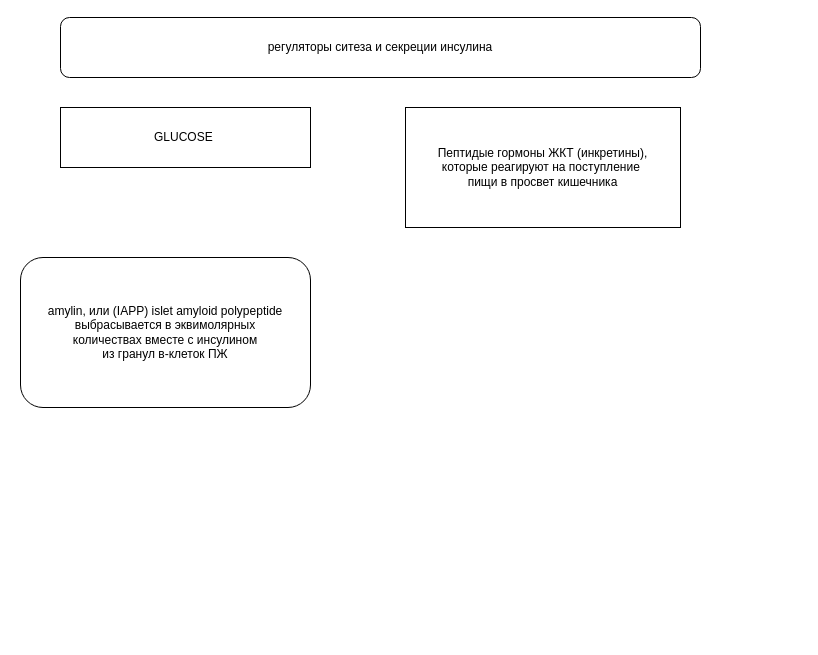
lissa3/menubar keeps this draw.io diagram as incretins.drawio. Above is the earlier version. Source tidied: cells renumbered, new cells numbered last; positions are measured from the earlier drawing's top-left corner, leaving out a move shared by most shapes. Both pictures are drawn from the tidied source at 100%, with x=0, y=0 at pixel (20, 17).
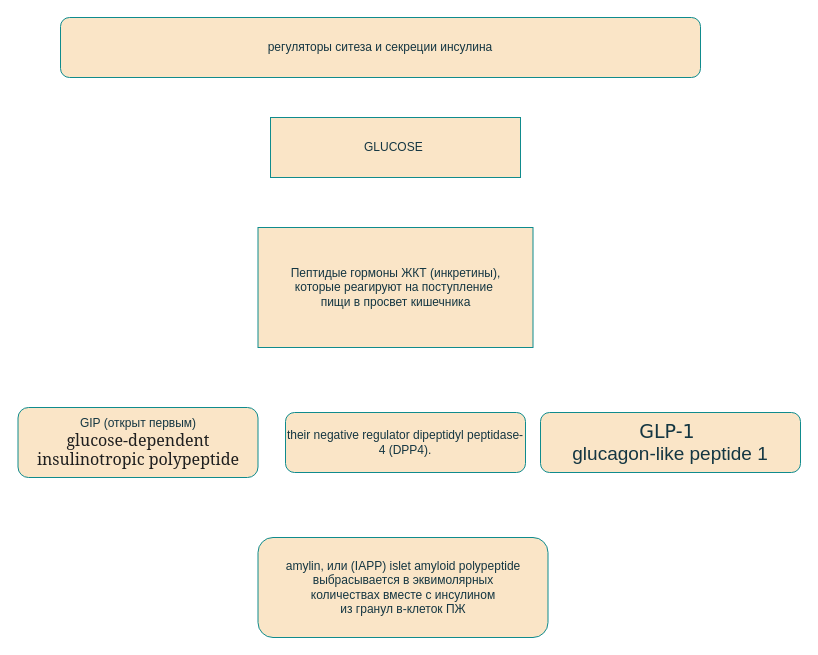
After the change.

The edit, as a diff of the source:
```diff
@@
 <mxGraphModel>
   <root>
     <mxCell id="0" />
     <mxCell id="1" parent="0" />
-    <mxCell id="2" value="amylin, или&amp;nbsp;&lt;span style=&quot;background-color: initial;&quot;&gt;(IAPP)&amp;nbsp;&lt;/span&gt;&lt;span style=&quot;background-color: initial;&quot;&gt;islet amyloid polypeptide&lt;/span&gt;&lt;div&gt;выбрасывается в эквимолярных&lt;/div&gt;&lt;div&gt;количествах вместе с инсулином&lt;/div&gt;&lt;div&gt;из гранул в-клеток ПЖ&lt;/div&gt;" style="rounded=1;whiteSpace=wrap;html=1;" parent="1" vertex="1">
-      <mxGeometry y="240" width="290" height="150" as="geometry" />
+    <mxCell id="2" value="amylin, или&amp;nbsp;&lt;span style=&quot;background-color: initial;&quot;&gt;(IAPP)&amp;nbsp;&lt;/span&gt;&lt;span style=&quot;background-color: initial;&quot;&gt;islet amyloid polypeptide&lt;/span&gt;&lt;div&gt;выбрасывается в эквимолярных&lt;/div&gt;&lt;div&gt;количествах вместе с инсулином&lt;/div&gt;&lt;div&gt;из гранул в-клеток ПЖ&lt;/div&gt;" style="rounded=1;whiteSpace=wrap;html=1;labelBackgroundColor=none;fillColor=#FAE5C7;strokeColor=#0F8B8D;fontColor=#143642;" parent="1" vertex="1">
+      <mxGeometry x="237.5" y="520" width="290" height="100" as="geometry" />
     </mxCell>
-    <mxCell id="3" value="регуляторы ситеза и секреции инсулина" style="rounded=1;whiteSpace=wrap;html=1;" parent="1" vertex="1">
+    <mxCell id="3" value="регуляторы ситеза и секреции инсулина" style="rounded=1;whiteSpace=wrap;html=1;labelBackgroundColor=none;fillColor=#FAE5C7;strokeColor=#0F8B8D;fontColor=#143642;" parent="1" vertex="1">
       <mxGeometry x="40" width="640" height="60" as="geometry" />
     </mxCell>
-    <mxCell id="4" value="GLUCOSE&amp;nbsp;" style="whiteSpace=wrap;html=1;" parent="1" vertex="1">
-      <mxGeometry x="40" y="90" width="250" height="60" as="geometry" />
+    <mxCell id="4" value="GLUCOSE&amp;nbsp;" style="whiteSpace=wrap;html=1;labelBackgroundColor=none;fillColor=#FAE5C7;strokeColor=#0F8B8D;fontColor=#143642;" parent="1" vertex="1">
+      <mxGeometry x="250" y="100" width="250" height="60" as="geometry" />
     </mxCell>
-    <mxCell id="5" value="Пептидые гормоны ЖКТ (инкретины),&lt;div&gt;которые реагируют на поступление&amp;nbsp;&lt;/div&gt;&lt;div&gt;пищи в просвет кишечника&lt;/div&gt;" style="whiteSpace=wrap;html=1;" parent="1" vertex="1">
-      <mxGeometry x="385" y="90" width="275" height="120" as="geometry" />
+    <mxCell id="5" value="Пептидые гормоны ЖКТ (инкретины),&lt;div&gt;которые реагируют на поступление&amp;nbsp;&lt;/div&gt;&lt;div&gt;пищи в просвет кишечника&lt;/div&gt;" style="whiteSpace=wrap;html=1;labelBackgroundColor=none;fillColor=#FAE5C7;strokeColor=#0F8B8D;fontColor=#143642;" parent="1" vertex="1">
+      <mxGeometry x="237.5" y="210" width="275" height="120" as="geometry" />
     </mxCell>
+    <mxCell id="6" value="GIP (открыт первым)&lt;div&gt;&lt;span style=&quot;color: rgb(31, 31, 31); font-family: ElsevierGulliver, Georgia, &amp;quot;Times New Roman&amp;quot;, Times, STIXGeneral, &amp;quot;Cambria Math&amp;quot;, &amp;quot;Lucida Sans Unicode&amp;quot;, &amp;quot;Microsoft Sans Serif&amp;quot;, &amp;quot;Segoe UI Symbol&amp;quot;, &amp;quot;Arial Unicode MS&amp;quot;, serif, sans-serif; font-size: 16px; text-align: start;&quot;&gt;glucose-dependent insulinotropic polypeptide&lt;/span&gt;&lt;br&gt;&lt;/div&gt;" style="rounded=1;whiteSpace=wrap;html=1;labelBackgroundColor=none;fillColor=#FAE5C7;strokeColor=#0F8B8D;fontColor=#143642;" parent="1" vertex="1">
+      <mxGeometry x="-2.5" y="390" width="240" height="70" as="geometry" />
+    </mxCell>
+    <mxCell id="7" value="their negative regulator dipeptidyl peptidase-4 (DPP4)." style="rounded=1;whiteSpace=wrap;html=1;labelBackgroundColor=none;fillColor=#FAE5C7;strokeColor=#0F8B8D;fontColor=#143642;" parent="1" vertex="1">
+      <mxGeometry x="265" y="395" width="240" height="60" as="geometry" />
+    </mxCell>
+    <mxCell id="8" value="&lt;font style=&quot;font-size: 19px;&quot; face=&quot;Verdana&quot;&gt;GLP-1&amp;nbsp;&lt;/font&gt;&lt;div style=&quot;font-size: 19px;&quot;&gt;&lt;font style=&quot;font-size: 19px;&quot; face=&quot;wpb-jBK0-t2eKOkV683j&quot;&gt;glucagon-like peptide 1&lt;/font&gt;&lt;/div&gt;" style="rounded=1;whiteSpace=wrap;html=1;labelBackgroundColor=none;fillColor=#FAE5C7;strokeColor=#0F8B8D;fontColor=#143642;" parent="1" vertex="1">
+      <mxGeometry x="520" y="395" width="260" height="60" as="geometry" />
+    </mxCell>
   </root>
 </mxGraphModel>
```
